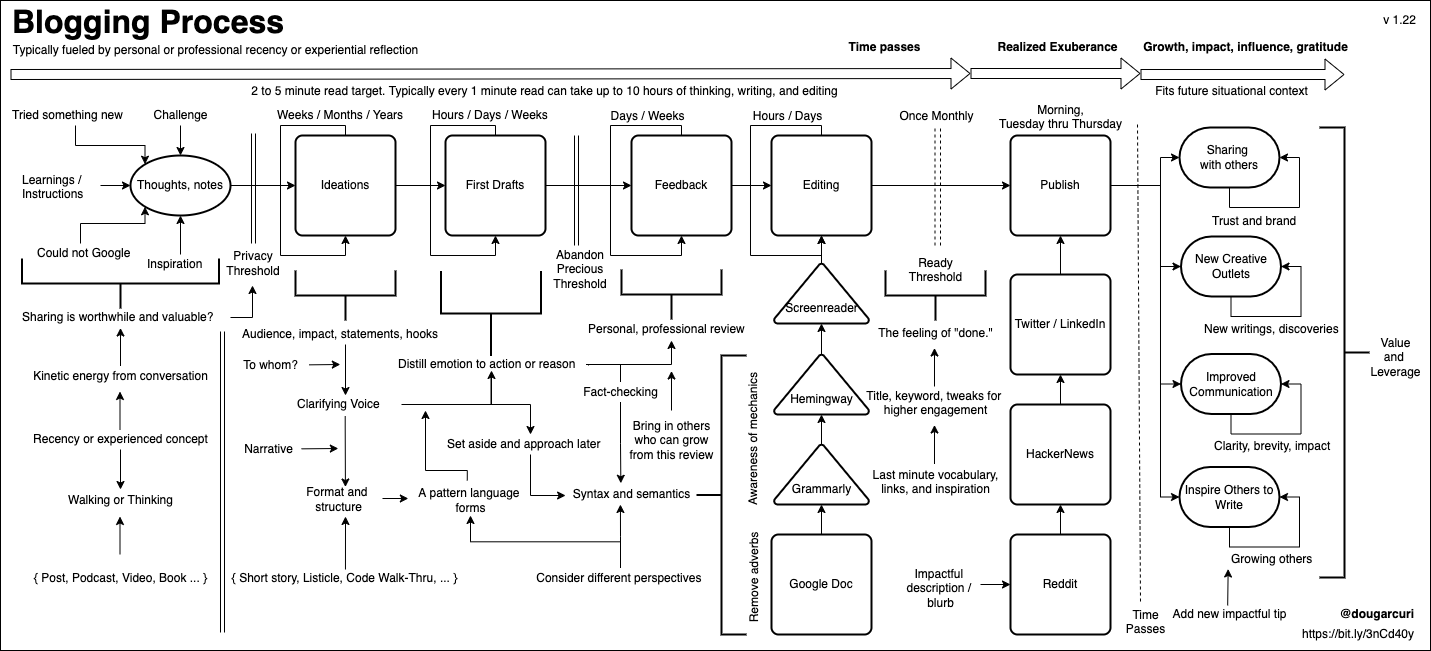
The draw.io diagram mentoring/diagrams/blogging-process.png in solidi/learning-notes, before a commit. Source tidied: cells renumbered, new cells last; positions are measured from the earlier drawing's top-left corner, leaving out a move shared by most shapes.
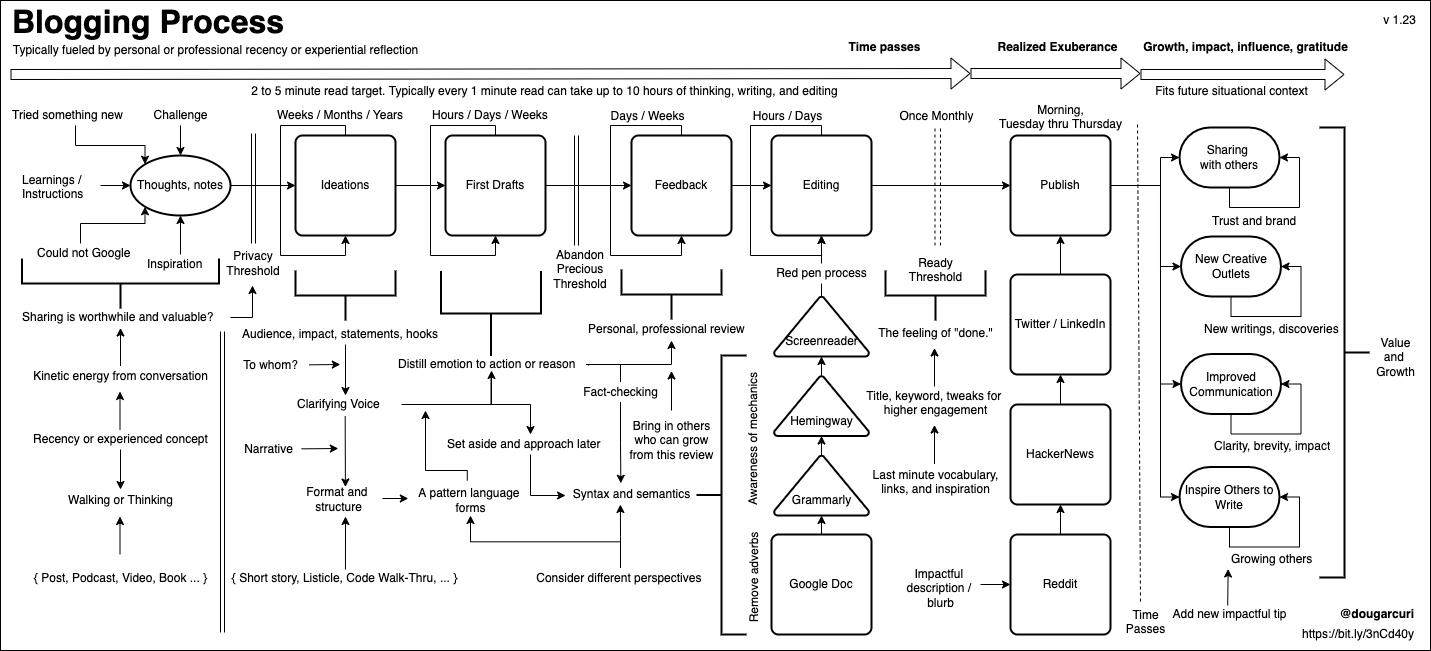
After the change.

Commit message:
Update blogging diagram to 1.23, add growth, red pen process

What changed in the source:
```diff
@@ -123,7 +123,7 @@
     <mxCell id="27" value="Reddit" style="rounded=1;whiteSpace=wrap;html=1;absoluteArcSize=1;arcSize=14;strokeWidth=2;" parent="1" vertex="1">
       <mxGeometry x="1010" y="534" width="100" height="100" as="geometry" />
     </mxCell>
-    <mxCell id="28" style="edgeStyle=orthogonalEdgeStyle;rounded=0;jettySize=auto;html=1;exitX=0.5;exitY=0;exitDx=0;exitDy=0;entryX=0.5;entryY=1;entryDx=0;entryDy=0;exitPerimeter=0;" parent="1" edge="1" source="48" target="16">
+    <mxCell id="28" style="edgeStyle=orthogonalEdgeStyle;rounded=0;jettySize=auto;html=1;exitX=0.5;exitY=0;exitDx=0;exitDy=0;entryX=0.5;entryY=1;entryDx=0;entryDy=0;exitPerimeter=0;startArrow=none;" parent="1" edge="1" source="146" target="16">
       <mxGeometry relative="1" as="geometry" />
     </mxCell>
     <mxCell id="29" value="&lt;b&gt;&lt;font style=&quot;font-size: 32px&quot;&gt;Blogging Process&lt;/font&gt;&lt;/b&gt;" style="text;html=1;align=left;verticalAlign=top;spacingTop=-4;" parent="1" vertex="1">
@@ -191,16 +191,16 @@
       <mxGeometry relative="1" as="geometry" />
     </mxCell>
     <mxCell id="45" value="&lt;br&gt;&lt;br&gt;Grammarly" style="strokeWidth=2;html=1;shape=mxgraph.flowchart.extract_or_measurement;whiteSpace=wrap;" parent="1" vertex="1">
-      <mxGeometry x="773.5" y="444" width="95" height="60" as="geometry" />
+      <mxGeometry x="773.5" y="455" width="95" height="60" as="geometry" />
     </mxCell>
     <mxCell id="46" style="edgeStyle=orthogonalEdgeStyle;rounded=0;jettySize=auto;html=1;exitX=0.5;exitY=0;exitDx=0;exitDy=0;exitPerimeter=0;entryX=0.5;entryY=1;entryDx=0;entryDy=0;entryPerimeter=0;" parent="1" edge="1" source="47" target="48">
       <mxGeometry relative="1" as="geometry" />
     </mxCell>
     <mxCell id="47" value="&lt;br&gt;&lt;br&gt;Hemingway" style="strokeWidth=2;html=1;shape=mxgraph.flowchart.extract_or_measurement;whiteSpace=wrap;" parent="1" vertex="1">
-      <mxGeometry x="773.5" y="354" width="95" height="60" as="geometry" />
+      <mxGeometry x="773.5" y="375.5" width="95" height="60" as="geometry" />
     </mxCell>
     <mxCell id="48" value="&lt;br&gt;&lt;br&gt;Screenreader" style="strokeWidth=2;html=1;shape=mxgraph.flowchart.extract_or_measurement;whiteSpace=wrap;" parent="1" vertex="1">
-      <mxGeometry x="773.5" y="263" width="95" height="60" as="geometry" />
+      <mxGeometry x="773.5" y="296" width="95" height="60" as="geometry" />
     </mxCell>
     <mxCell id="49" style="shape=flexArrow;endArrow=classic;html=1;" parent="1" edge="1">
       <mxGeometry relative="1" as="geometry">
@@ -338,8 +338,8 @@
     <mxCell id="85" style="strokeWidth=2;html=1;shape=mxgraph.flowchart.annotation_2;align=left;labelPosition=right;rotation=180;" parent="1" vertex="1">
       <mxGeometry x="1319" y="127" width="50" height="450" as="geometry" />
     </mxCell>
-    <mxCell id="86" value="Value&lt;br&gt;and &lt;br&gt;Leverage" style="text;html=1;align=center;verticalAlign=top;spacingTop=-4;" parent="1" vertex="1">
-      <mxGeometry x="1360" y="332.5" width="70" height="40" as="geometry" />
+    <mxCell id="86" value="Value&lt;br&gt;and &lt;br&gt;Growth" style="text;html=1;align=center;verticalAlign=top;spacingTop=-4;" parent="1" vertex="1">
+      <mxGeometry x="1370" y="332.5" width="50" height="40" as="geometry" />
     </mxCell>
     <mxCell id="87" style="shape=link;html=1;" parent="1" edge="1">
       <mxGeometry relative="1" as="geometry">
@@ -494,7 +494,7 @@
         <mxPoint x="120" y="327.5" as="targetPoint" />
       </mxGeometry>
     </mxCell>
-    <mxCell id="121" value="v 1.22" style="text;html=1;align=center;verticalAlign=middle;" parent="1" vertex="1">
+    <mxCell id="121" value="v 1.23" style="text;html=1;align=center;verticalAlign=middle;" parent="1" vertex="1">
       <mxGeometry x="1374" y="10" width="50" height="20" as="geometry" />
     </mxCell>
     <mxCell id="122" value="Morning,&lt;br&gt;Tuesday thru Thursday" style="text;html=1;align=center;verticalAlign=top;spacingTop=-4;" parent="1" vertex="1">
@@ -593,5 +593,11 @@
     <mxCell id="145" value="Fact-checking" style="text;html=1;align=center;verticalAlign=middle;points=[];strokeColor=none;fillColor=none;" parent="1" vertex="1">
       <mxGeometry x="575" y="381.5" width="90" height="20" as="geometry" />
     </mxCell>
+    <mxCell id="146" value="Red pen process" style="text;html=1;points=[];align=center;verticalAlign=top;spacingTop=-4;" parent="1" vertex="1">
+      <mxGeometry x="766" y="263" width="110" height="20" as="geometry" />
+    </mxCell>
+    <mxCell id="147" style="edgeStyle=orthogonalEdgeStyle;rounded=0;jettySize=auto;html=1;exitX=0.5;exitY=0;exitDx=0;exitDy=0;entryX=0.5;entryY=1;entryDx=0;entryDy=0;exitPerimeter=0;endArrow=none;" parent="1" edge="1" source="48" target="146">
+      <mxGeometry relative="1" as="geometry" />
+    </mxCell>
   </root>
 </mxGraphModel>
```
